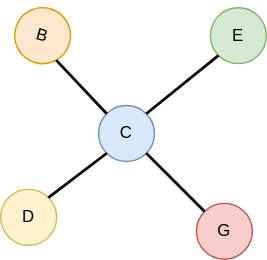
Before: Multip.drawio.svg, a diagram exported from draw.io (jujubos/drawio). Source tidied: cells renumbered, new cells last; positions are measured from the earlier drawing's top-left corner, leaving out a move shared by most shapes.
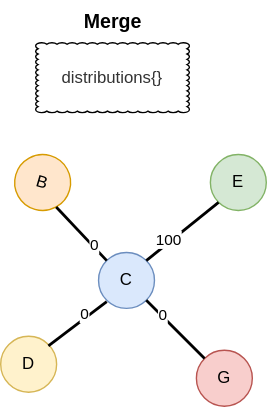
After the commit.

Diff of the diagram source:
```diff
@@ -20,14 +20,41 @@
     <mxCell id="7" style="endArrow=none;html=1;rounded=0;entryX=0;entryY=1;entryDx=0;entryDy=0;exitX=1;exitY=0;exitDx=0;exitDy=0;strokeWidth=2;" parent="1" edge="1" source="2" target="3">
       <mxGeometry relative="1" as="geometry" />
     </mxCell>
+    <mxCell id="11" value="100" style="edgeLabel;html=1;align=center;verticalAlign=middle;" parent="7" vertex="1">
+      <mxGeometry x="-0.51" y="3" relative="1" as="geometry">
+        <mxPoint x="5" y="-3" as="offset" />
+      </mxGeometry>
+    </mxCell>
     <mxCell id="8" style="endArrow=none;html=1;rounded=0;entryX=1;entryY=1;entryDx=0;entryDy=0;strokeWidth=2;exitX=0;exitY=0;exitDx=0;exitDy=0;" parent="1" edge="1" source="2" target="6">
       <mxGeometry relative="1" as="geometry" />
     </mxCell>
+    <mxCell id="12" value="0" style="edgeLabel;html=1;align=center;verticalAlign=middle;" parent="8" vertex="1">
+      <mxGeometry x="-0.24" y="3" relative="1" as="geometry">
+        <mxPoint x="7" y="1" as="offset" />
+      </mxGeometry>
+    </mxCell>
-    <mxCell id="9" style="endArrow=none;html=1;rounded=0;entryX=1;entryY=0;entryDx=0;entryDy=0;exitX=0;exitY=1;exitDx=0;exitDy=0;strokeWidth=2;" parent="1" edge="1" source="2" target="5">
-      <mxGeometry relative="1" as="geometry" />
+    <mxCell id="9" style="endArrow=none;html=1;rounded=0;entryX=1;entryY=0;entryDx=0;entryDy=0;exitX=0;exitY=1;exitDx=0;exitDy=0;strokeWidth=2;" parent="1" edge="1">
+      <mxGeometry relative="1" as="geometry">
+        <mxPoint x="75.9" y="105.1" as="sourcePoint" />
+        <mxPoint x="34.1" y="136.9" as="targetPoint" />
+      </mxGeometry>
     </mxCell>
+    <mxCell id="13" value="0" style="edgeLabel;html=1;align=center;verticalAlign=middle;" parent="9" vertex="1">
+      <mxGeometry x="-0.46" y="-3" relative="1" as="geometry">
+        <mxPoint x="-3" y="2" as="offset" />
+      </mxGeometry>
+    </mxCell>
     <mxCell id="10" style="endArrow=none;html=1;rounded=0;entryX=0;entryY=0;entryDx=0;entryDy=0;exitX=1;exitY=1;exitDx=0;exitDy=0;strokeWidth=2;" parent="1" edge="1" source="2" target="4">
       <mxGeometry relative="1" as="geometry" />
     </mxCell>
+    <mxCell id="14" value="0" style="edgeLabel;html=1;align=center;verticalAlign=middle;" parent="10" vertex="1">
+      <mxGeometry x="-0.47" y="1" relative="1" as="geometry" />
+    </mxCell>
+    <mxCell id="15" value="&lt;font color=&quot;#333333&quot;&gt;distributions{}&lt;/font&gt;" style="whiteSpace=wrap;html=1;shape=mxgraph.basic.cloud_rect;" parent="1" vertex="1">
+      <mxGeometry x="25" y="-80" width="110" height="50" as="geometry" />
+    </mxCell>
+    <mxCell id="16" value="&lt;font style=&quot;font-size: 14px;&quot;&gt;&lt;b&gt;Merge&lt;/b&gt;&lt;/font&gt;" style="text;html=1;align=center;verticalAlign=middle;strokeColor=none;fillColor=none;" parent="1" vertex="1">
+      <mxGeometry x="50" y="-110" width="60" height="30" as="geometry" />
+    </mxCell>
   </root>
 </mxGraphModel>
```
